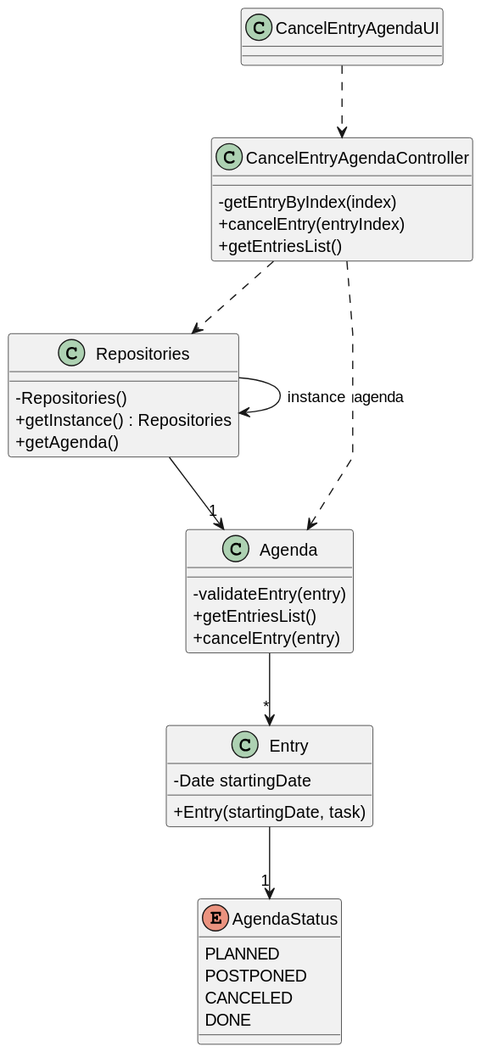
This is docs/sprintA&B&C/us025/03.design/svg/us025-class-diagram.svg from daniel41silva05/ISEP_2023_2024_LAPR2, a PlantUML export, as it was before one commit.
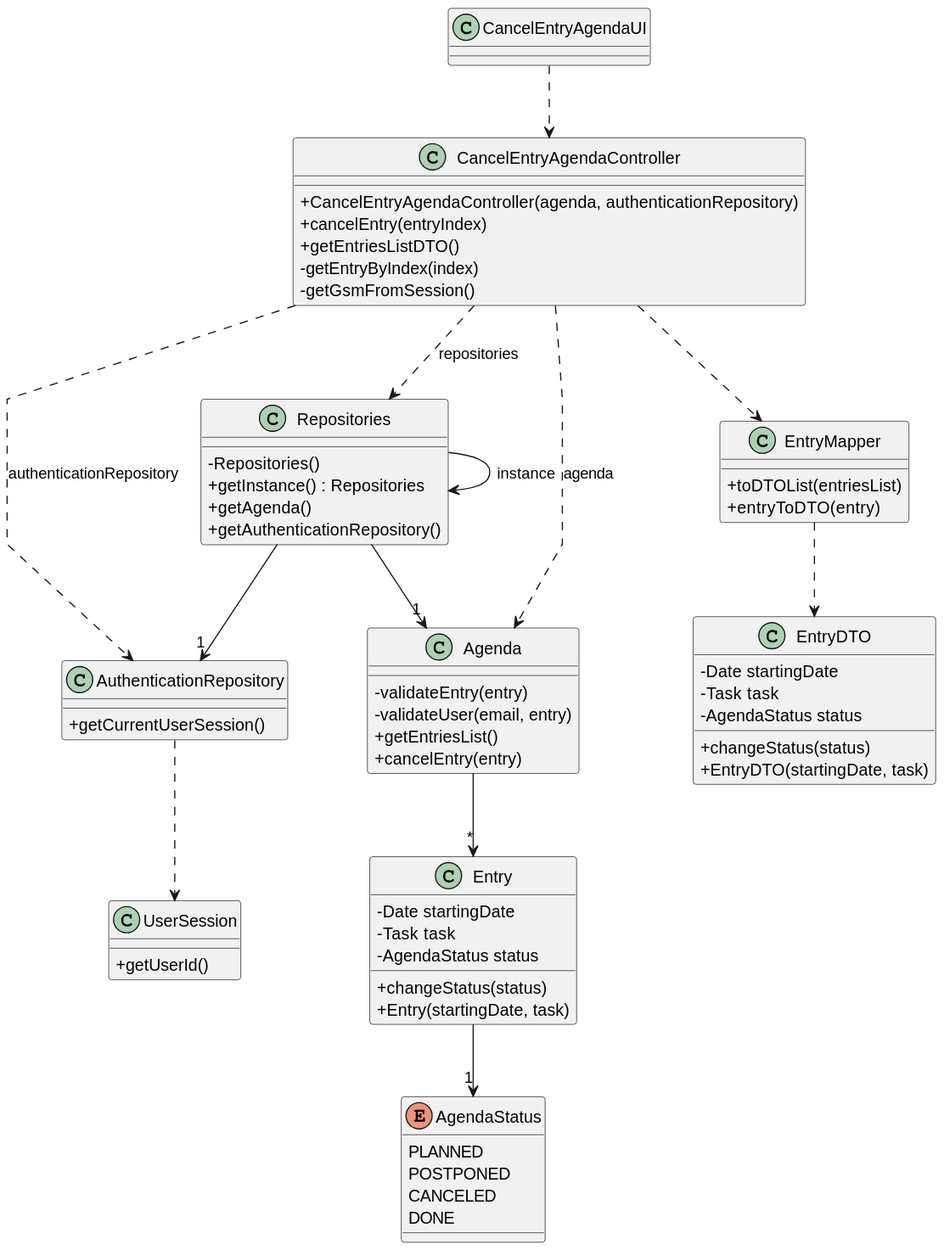
Above is the later version.

What changed in the source:
```diff
@@ -9,9 +9,11 @@
 class CancelEntryAgendaUI{}
 
 class CancelEntryAgendaController{
+    +CancelEntryAgendaController(agenda, authenticationRepository)
+    +cancelEntry(entryIndex)
+    +getEntriesListDTO()
     -getEntryByIndex(index)
-    +cancelEntry(entryIndex)
-    +getEntriesList()
+    -getGsmFromSession()
 
 }
 
@@ -19,16 +21,42 @@
     -Repositories()
     +getInstance() : Repositories
     +getAgenda()
+    +getAuthenticationRepository()
+}
+
+class AuthenticationRepository {
+    +getCurrentUserSession()
+}
+
+class UserSession {
+    +getUserId()
+}
+
+class EntryMapper {
+    +toDTOList(entriesList)
+    +entryToDTO(entry)
+}
+
+class EntryDTO {
+    -Date startingDate
+    -Task task
+    -AgendaStatus status
+    +changeStatus(status)
+    +EntryDTO(startingDate, task)
 }
 
 class Agenda{
     -validateEntry(entry)
+    -validateUser(email, entry)
     +getEntriesList()
     +cancelEntry(entry)
 }
 
 class Entry{
     -Date startingDate
+    -Task task
+    -AgendaStatus status
+    +changeStatus(status)
     +Entry(startingDate, task)
 }
 
@@ -40,16 +68,15 @@
 }
 
 CancelEntryAgendaUI ..> CancelEntryAgendaController
-
-CancelEntryAgendaController ..> Repositories
-
+CancelEntryAgendaController ..> Repositories : repositories
+CancelEntryAgendaController ..> AuthenticationRepository : authenticationRepository
 CancelEntryAgendaController ..> Agenda: agenda
-
 Repositories --> Repositories: instance
-
 Repositories --> "1" Agenda
-
+Repositories --> "1" AuthenticationRepository
+AuthenticationRepository ..> UserSession
+CancelEntryAgendaController ..> EntryMapper
+EntryMapper ..> EntryDTO
 Agenda --> "*" Entry
-
 Entry --> "1" AgendaStatus
 @enduml
```
